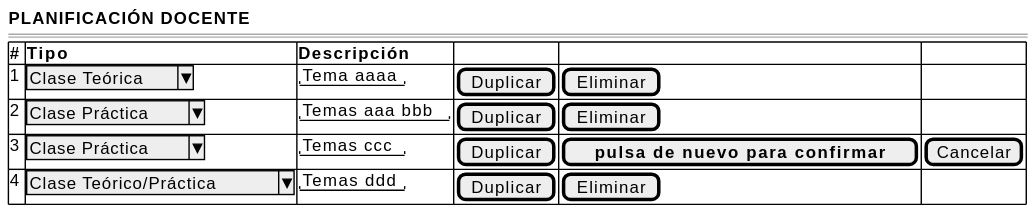
This is images/RUP/01-requisitos/03-detalle-casos-uso/eliminarSesion/wireframe-confirmacion.svg from mmasias/pyCeldaPublico, a PlantUML export, as it was before one commit.
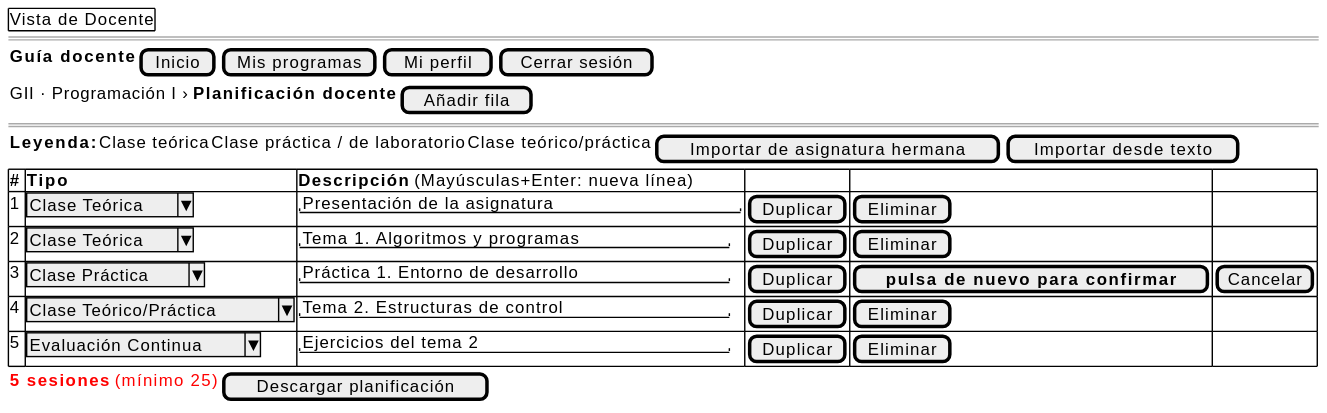
Above is the later version.

The edit, as a diff of the source:
```diff
@@ -1,13 +1,19 @@
 @startsalt eliminarSesion-wireframe-confirmacion
 {
-    <b>PLANIFICACIÓN DOCENTE</b>
+    {+ Vista de Docente }
     ====
+    {<b>Guía docente</b> | [Inicio] | [Mis programas] | [Mi perfil] | [Cerrar sesión]}
+    {GII · Programación I › <b>Planificación docente</b> | [Añadir fila]}
+    ====
+    {<b>Leyenda:</b> | Clase teórica | Clase práctica / de laboratorio | Clase teórico/práctica | [Importar de asignatura hermana] | [Importar desde texto]}
     {#
-        <b># | <b>Tipo | <b>Descripción | . | . | .
-        1 | ^Clase Teórica^ | "Tema aaaa" | [Duplicar] | [Eliminar] | .
-        2 | ^Clase Práctica^ | "Temas aaa bbb" | [Duplicar] | [Eliminar] | .
-        3 | ^Clase Práctica^ | "Temas ccc" | [Duplicar] | [ <b>pulsa de nuevo para confirmar</b> ] | [Cancelar]
-        4 | ^Clase Teórico/Práctica^ | "Temas ddd" | [Duplicar] | [Eliminar] | .
+        <b>#</b> | <b>Tipo</b> | <b>Descripción</b> (Mayúsculas+Enter: nueva línea) | . | . | .
+        1 | ^Clase Teórica^ | "Presentación de la asignatura          " | [Duplicar] | [Eliminar] | .
+        2 | ^Clase Teórica^ | "Tema 1. Algoritmos y programas        " | [Duplicar] | [Eliminar] | .
+        3 | ^Clase Práctica^ | "Práctica 1. Entorno de desarrollo     " | [Duplicar] | [ <b>pulsa de nuevo para confirmar</b> ] | [Cancelar]
+        4 | ^Clase Teórico/Práctica^ | "Tema 2. Estructuras de control        " | [Duplicar] | [Eliminar] | .
+        5 | ^Evaluación Continua^ | "Ejercicios del tema 2                 " | [Duplicar] | [Eliminar] | .
     }
+    {<color:red><b>5 sesiones</b> (mínimo 25)</color> | [Descargar planificación]}
 }
 @endsalt
```
